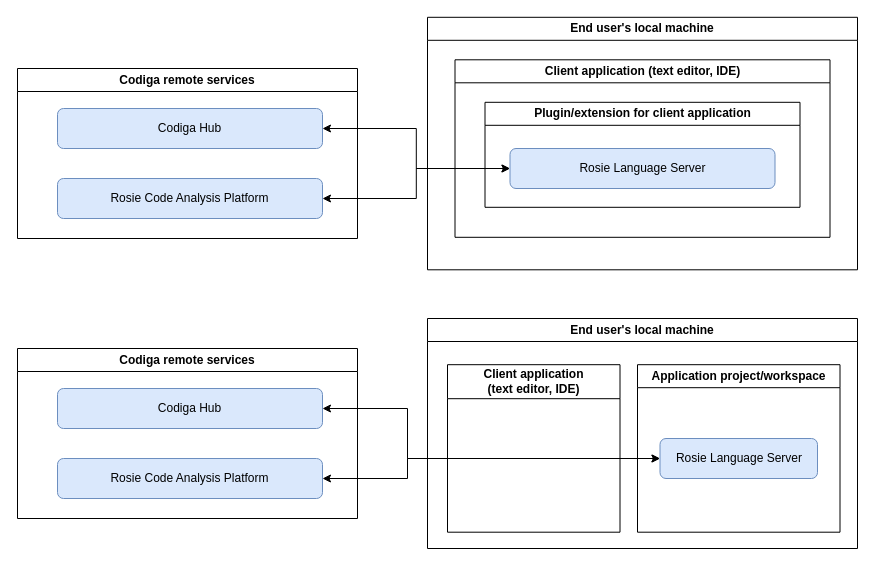
codiga/doc.codiga.io keeps this draw.io diagram as docs/code-analysis/language-server-protocol/rosie-language-server.drawio. Above is the earlier version. Source tidied: cells renumbered, new cells numbered last; positions are measured from the earlier drawing's top-left corner, leaving out a move shared by most shapes. Both pictures are drawn from the tidied source at 100%, with x=0, y=0 at pixel (17, 17).
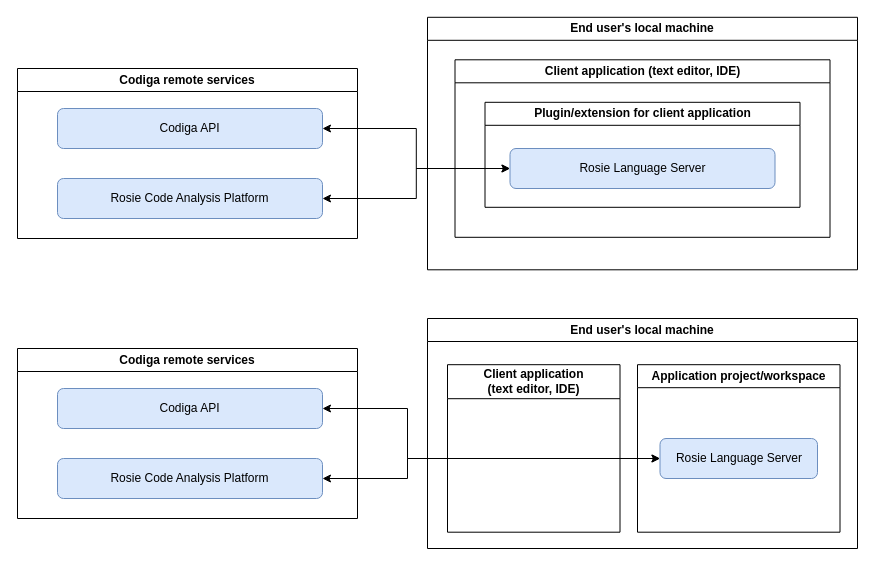
After the change.

Commit message (it also covers changes not shown here):
Update Codiga Hub to Codiga API on diagrams

The change refers to these unchanged cells:
```xml
<mxCell id="6" value="Codiga remote services" style="swimlane;whiteSpace=wrap;html=1;" parent="1" vertex="1">
  <mxGeometry y="331" width="340" height="170" as="geometry" />
</mxCell>
<mxCell id="11" value="Codiga remote services" style="swimlane;whiteSpace=wrap;html=1;" parent="1" vertex="1">
  <mxGeometry y="51" width="340" height="170" as="geometry" />
</mxCell>
```

What changed in the source:
```diff
@@
-    <mxCell id="7" value="Codiga Hub" style="rounded=1;whiteSpace=wrap;html=1;fillColor=#dae8fc;strokeColor=#6c8ebf;" parent="6" vertex="1">
+    <mxCell id="7" value="Codiga API" style="rounded=1;whiteSpace=wrap;html=1;fillColor=#dae8fc;strokeColor=#6c8ebf;" parent="6" vertex="1">
       <mxGeometry x="40" y="40" width="265" height="40" as="geometry" />
     </mxCell>
@@
-    <mxCell id="12" value="Codiga Hub" style="rounded=1;whiteSpace=wrap;html=1;fillColor=#dae8fc;strokeColor=#6c8ebf;" parent="11" vertex="1">
+    <mxCell id="12" value="Codiga API" style="rounded=1;whiteSpace=wrap;html=1;fillColor=#dae8fc;strokeColor=#6c8ebf;" parent="11" vertex="1">
       <mxGeometry x="40" y="40" width="265" height="40" as="geometry" />
     </mxCell>
```
